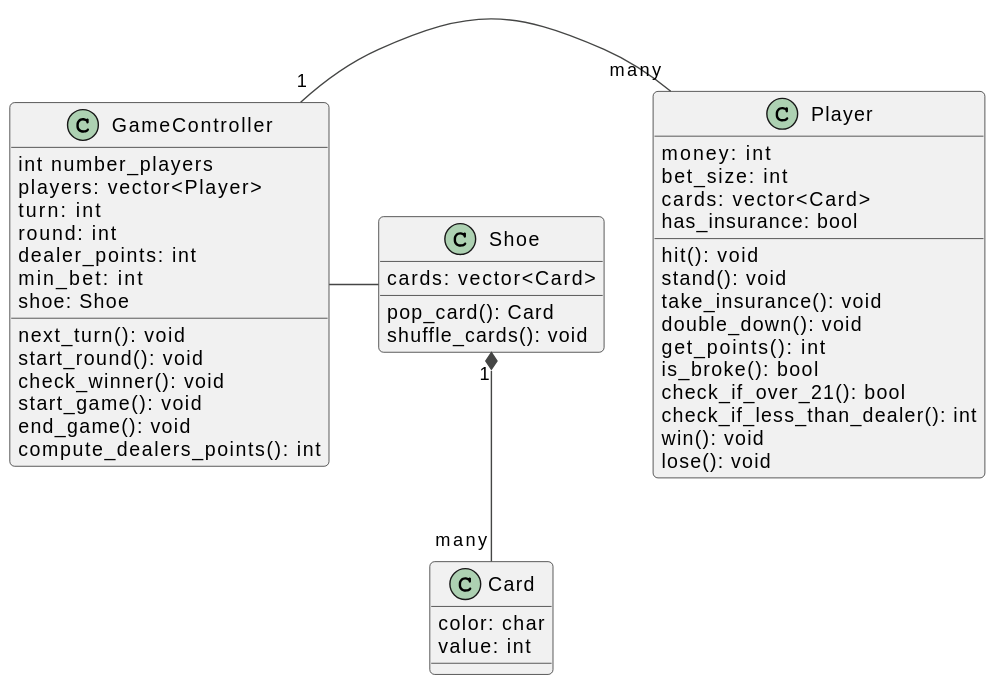
The PlantUML diagram sds/diagrams/general.svg in luca-commits/blackjack, before a commit. Source of this version:
```plantuml
@startuml
!theme vibrant

class Player {
  money: int
  bet_size: int
  cards: vector<Card>
  hit(): void
  stand(): void
  take_insurance(): void
  double_down(): void
  has_insurance: bool
  get_points(): int
  is_broke(): bool
  check_if_over_21(): bool
  check_if_less_than_dealer(): int
  win(): void
  lose(): void
}

class Card {
  color: char
  value: int
}

class GameController{
  int number_players
  players: vector<Player>
  turn: int
  round: int
  dealer_points: int
  min_bet: int
  next_turn(): void
  start_round(): void
  check_winner(): void
  start_game(): void
  end_game(): void
  compute_dealers_points(): int
  shoe: Shoe
}

class Shoe{
  cards: vector<Card>
  pop_card(): Card
  shuffle_cards(): void
}

Shoe "1" *-- "many" Card


GameController "1" - "many" Player

GameController - Shoe
@enduml
```
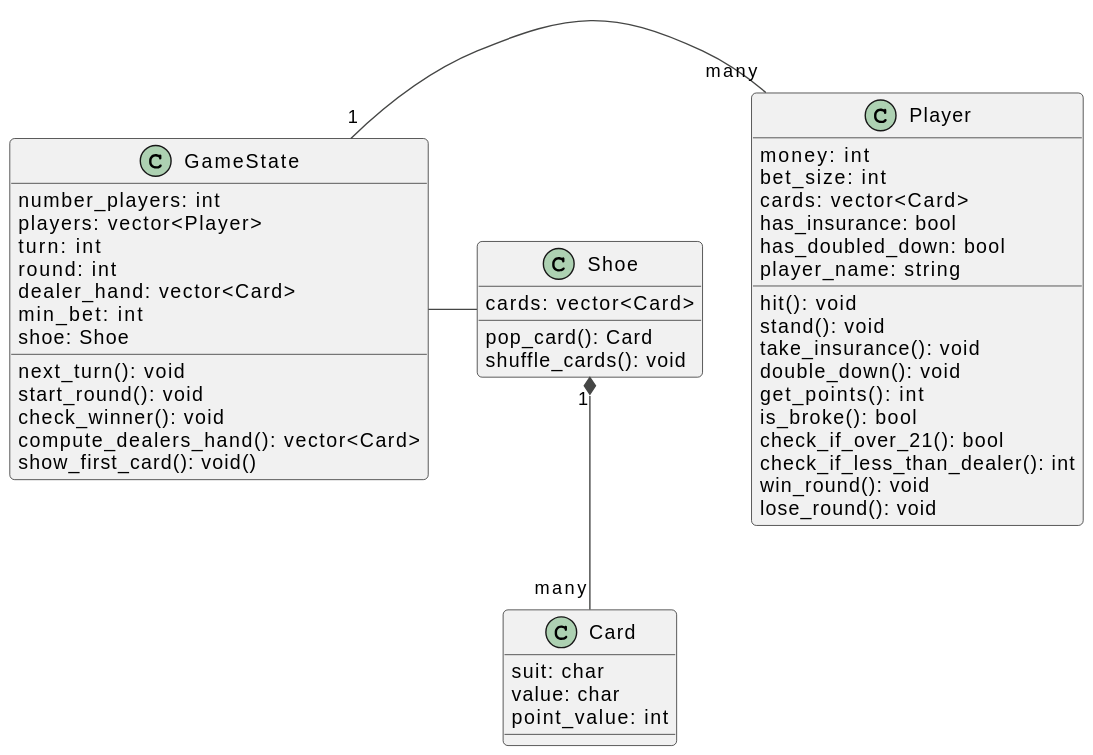
Above is the later version.

Diff of the diagram source:
```diff
@@ -10,33 +10,36 @@
   take_insurance(): void
   double_down(): void
   has_insurance: bool
+  has_doubled_down: bool
   get_points(): int
   is_broke(): bool
   check_if_over_21(): bool
   check_if_less_than_dealer(): int
-  win(): void
-  lose(): void
+  win_round(): void
+  lose_round(): void
+  player_name: string
 }
 
 class Card {
-  color: char
-  value: int
+  suit: char
+  value: char
+  point_value: int
+
 }
 
-class GameController{
-  int number_players
+class GameState{
+  number_players: int
   players: vector<Player>
   turn: int
   round: int
-  dealer_points: int
+  dealer_hand: vector<Card>
   min_bet: int
   next_turn(): void
   start_round(): void
   check_winner(): void
-  start_game(): void
-  end_game(): void
-  compute_dealers_points(): int
+  compute_dealers_hand(): vector<Card>
   shoe: Shoe
+  show_first_card(): void()
 }
 
 class Shoe{
@@ -48,7 +51,7 @@
 Shoe "1" *-- "many" Card
 
 
-GameController "1" - "many" Player
+GameState "1" - "many" Player
 
-GameController - Shoe
+GameState - Shoe
 @enduml
```
